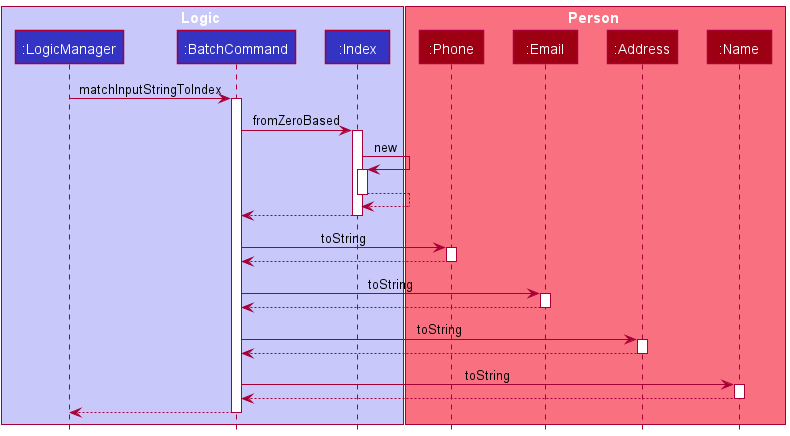
Before: docs/images/BatchCommandInputToIndexSequenceDiagram.png, a diagram exported from PlantUML (nus-cs2103-AY2122S2/tp).
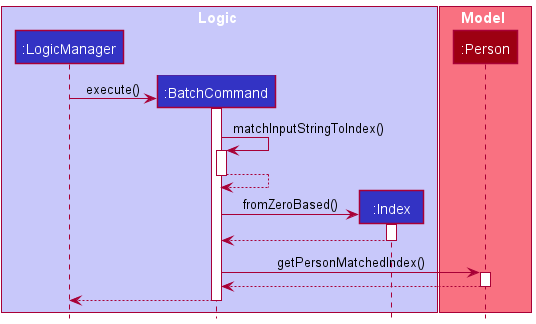
The same file after the commit.

Change to the diagram source:
```diff
@@ -3,46 +3,35 @@
 
 box Logic LOGIC_COLOR_T1
 
-participant ":LogicManager"  as LogicManager LOGIC_COLOR
+participant ":LogicManager" as LogicManager LOGIC_COLOR
 participant ":BatchCommand"  as BatchCommand LOGIC_COLOR
 participant ":Index"  as Index LOGIC_COLOR
 
 box end
 
-box Person MODEL_COLOR_T1
+box Model MODEL_COLOR_T1
+participant ":Person"  as Person MODEL_COLOR
+box end
 
-participant ":Phone"  as Phone MODEL_COLOR
-participant ":Email"  as Email MODEL_COLOR
-participant ":Address"  as Address MODEL_COLOR
-participant ":Name"  as Name MODEL_COLOR
+create BatchCommand
+LogicManager -> BatchCommand : execute()
+activate BatchCommand
 
-LogicManager -> BatchCommand : matchInputStringToIndex
+BatchCommand -> BatchCommand : matchInputStringToIndex()
 activate BatchCommand
-BatchCommand -> Index : fromZeroBased
+BatchCommand --> BatchCommand
+deactivate BatchCommand
+
+create Index
+BatchCommand -> Index : fromZeroBased()
 activate Index
-Index -> Index : new
-activate Index
-Index --> Index
+
+Index --> BatchCommand
 deactivate Index
-Index --> BatchCommand
+BatchCommand -> Person : getPersonMatchedIndex()
+activate Person
 
-
-deactivate Index
-BatchCommand -> Phone : toString
-activate Phone
-Phone --> BatchCommand
-deactivate Phone
-BatchCommand -> Email : toString
-activate Email
-Email --> BatchCommand
-deactivate Email
-BatchCommand -> Address : toString
-activate Address
-Address --> BatchCommand
-deactivate Address
-BatchCommand -> Name : toString
-activate Name
-Name --> BatchCommand
-deactivate Name
+Person --> BatchCommand
+deactivate Person
 return
 @enduml
```
